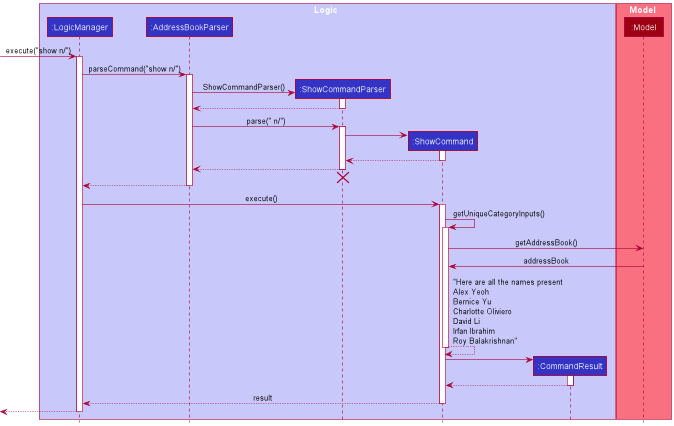
nus-cs2103-AY2122S1/tp keeps this PlantUML diagram as docs/images/ShowCommandSequenceDiagram.png. Above is the earlier version.
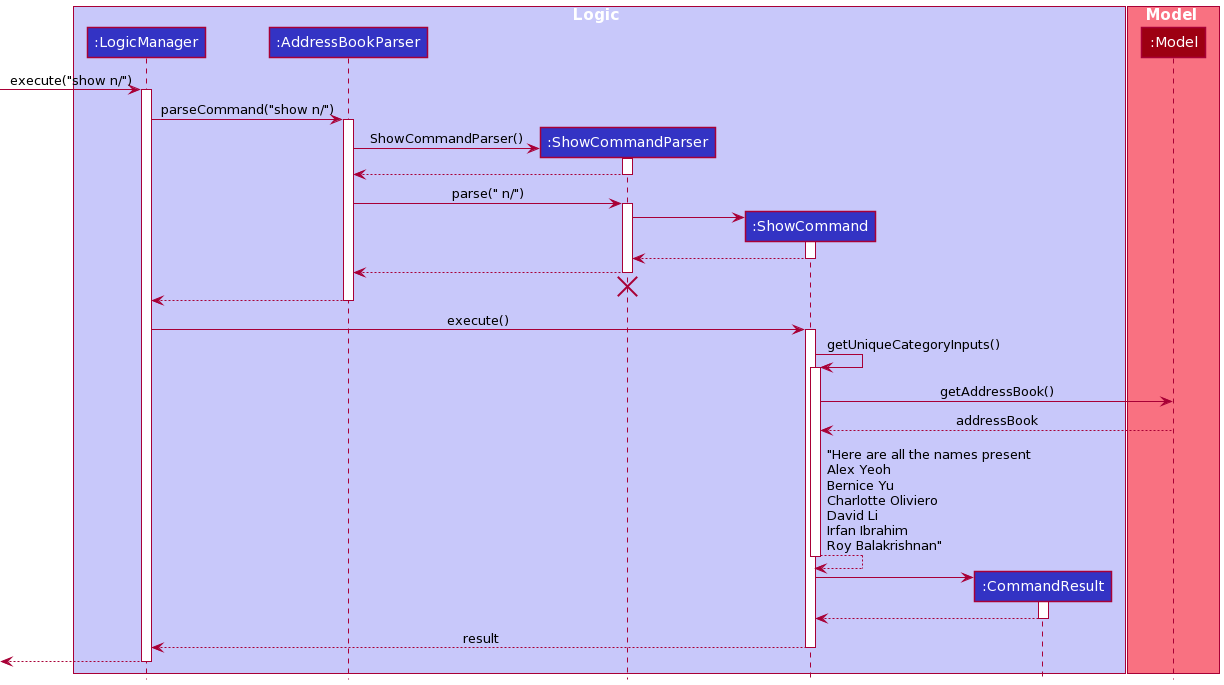
Later version of the same file.

Commit message:
Fix sequence diagram error for Show Command

Change to the diagram source:
```diff
@@ -1,5 +1,70 @@
 @startuml
-!include style.puml
+!define UI_COLOR #1D8900
+!define UI_COLOR_T1 #83E769
+!define UI_COLOR_T2 #3FC71B
+!define UI_COLOR_T3 #166800
+!define UI_COLOR_T4 #0E4100
+
+!define LOGIC_COLOR #3333C4
+!define LOGIC_COLOR_T1 #C8C8FA
+!define LOGIC_COLOR_T2 #6A6ADC
+!define LOGIC_COLOR_T3 #1616B0
+!define LOGIC_COLOR_T4 #101086
+
+!define MODEL_COLOR #9D0012
+!define MODEL_COLOR_T1 #F97181
+!define MODEL_COLOR_T2 #E41F36
+!define MODEL_COLOR_T3 #7B000E
+!define MODEL_COLOR_T4 #51000A
+
+!define STORAGE_COLOR #A38300
+!define STORAGE_COLOR_T1 #FFE374
+!define STORAGE_COLOR_T2 #EDC520
+!define STORAGE_COLOR_T3 #806600
+!define STORAGE_COLOR_T2 #544400
+
+!define USER_COLOR #000000
+
+skinparam BackgroundColor #FFFFFFF
+
+skinparam Shadowing false
+
+skinparam Class {
+    FontColor #FFFFFF
+    BorderThickness 1
+    BorderColor #FFFFFF
+    StereotypeFontColor #FFFFFF
+    FontName Arial
+}
+
+skinparam Actor {
+    BorderColor USER_COLOR
+    Color USER_COLOR
+    FontName Arial
+}
+
+skinparam Sequence {
+    MessageAlign center
+    BoxFontSize 15
+    BoxPadding 0
+    BoxFontColor #FFFFFF
+    FontName Arial
+}
+
+skinparam Participant {
+    FontColor #FFFFFFF
+    Padding 20
+}
+
+skinparam MinClassWidth 50
+skinparam ParticipantPadding 10
+skinparam Shadowing false
+skinparam DefaultTextAlignment center
+skinparam packageStyle Rectangle
+
+hide footbox
+hide members
+hide circle
 
 box Logic LOGIC_COLOR_T1
 participant ":LogicManager" as LogicManager LOGIC_COLOR
@@ -55,7 +120,7 @@
 
 activate ShowCommand
 ShowCommand -> Model : getAddressBook()
-Model -> ShowCommand: addressBook
+Model --> ShowCommand: addressBook
 
 ShowCommand --> ShowCommand: "Here are all the names present\nAlex Yeoh\nBernice Yu\nCharlotte Oliviero\nDavid Li\nIrfan Ibrahim\nRoy Balakrishnan"
 
```
